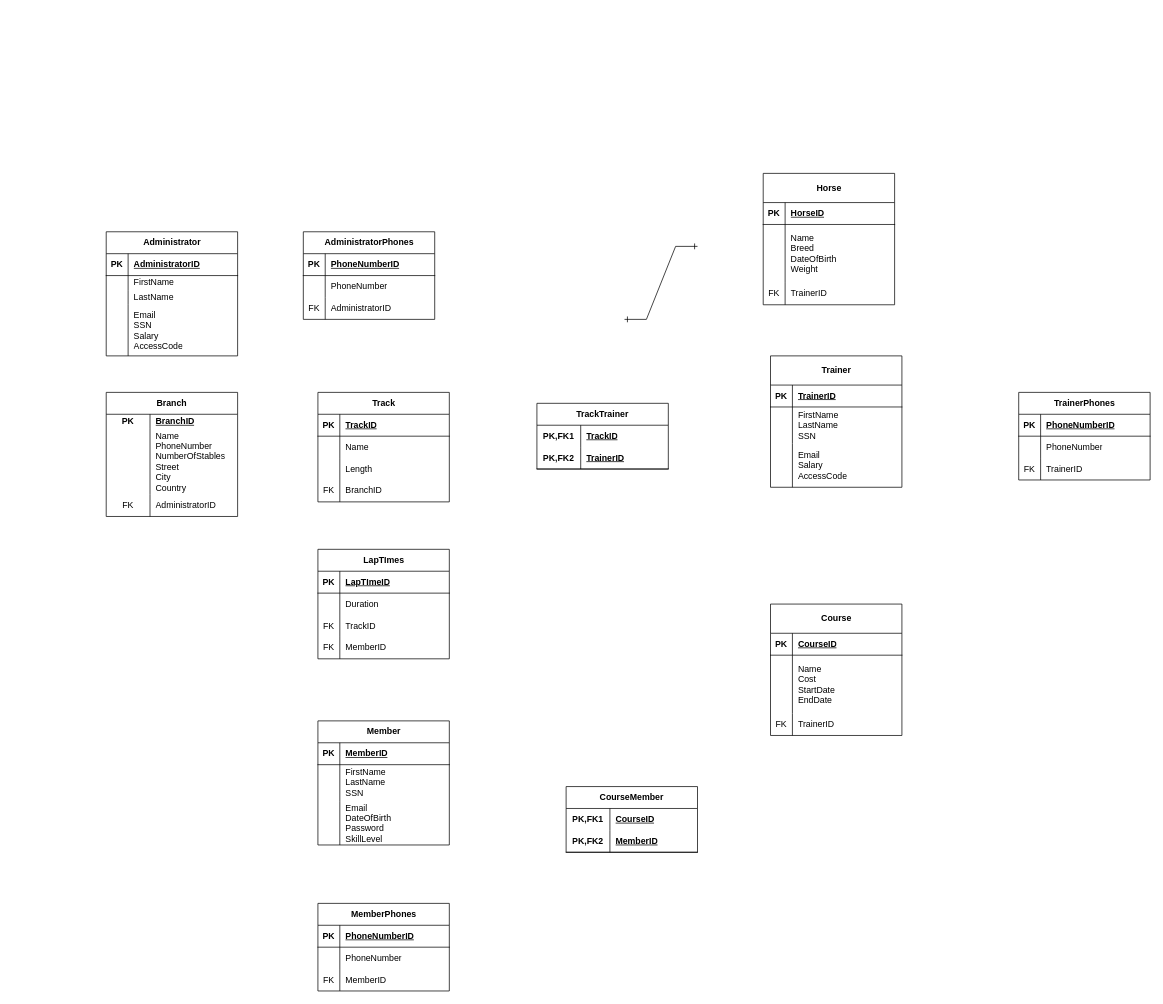
This is page "Page-1" (1 of 2) of Untitled Diagram.drawio from obreinx/JAYA, a draw.io file, before an edit. Source tidied: cells renumbered, new cells numbered last; positions are measured from the earlier drawing's top-left corner, leaving out a move shared by most shapes. Both pictures are drawn from the tidied source at 73%, with x=0, y=0 at pixel (106, 173).
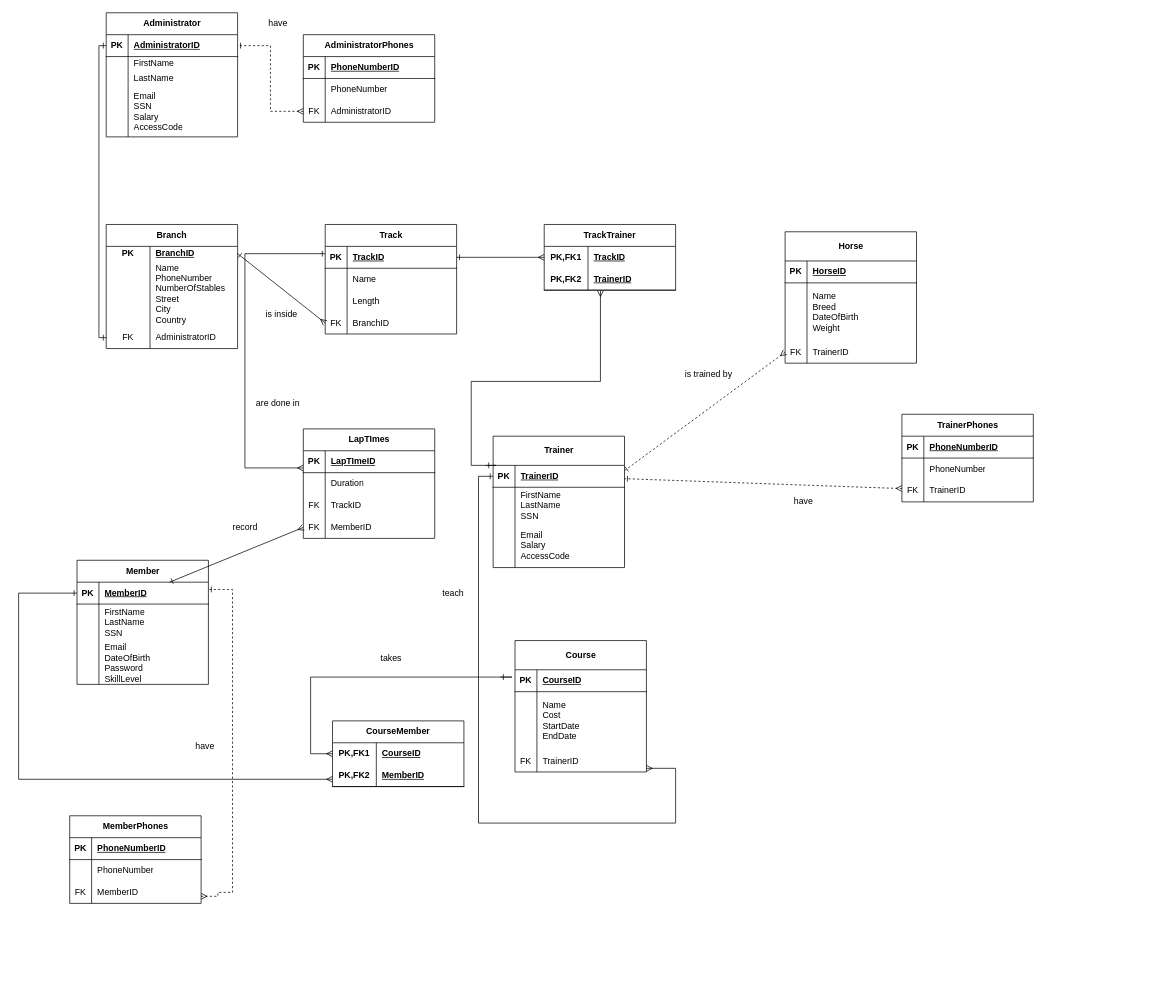
The same page after the edit.

The change refers to these unchanged cells:
```xml
<mxCell id="3" style="shape=tableRow;horizontal=0;startSize=0;swimlaneHead=0;swimlaneBody=0;fillColor=none;points=[[0,0.5],[1,0.5]];portConstraint=eastwest;top=0;left=0;right=0;bottom=0;html=1;" parent="2" vertex="1">
  <mxGeometry y="30" width="180" height="20" as="geometry" />
</mxCell>
<mxCell id="9" style="shape=tableRow;horizontal=0;startSize=0;swimlaneHead=0;swimlaneBody=0;fillColor=none;points=[[0,0.5],[1,0.5]];portConstraint=eastwest;top=0;left=0;right=0;bottom=0;html=1;" parent="2" vertex="1">
  <mxGeometry y="140" width="180" height="30" as="geometry" />
</mxCell>
<mxCell id="13" style="shape=tableRow;horizontal=0;startSize=0;swimlaneHead=0;swimlaneBody=0;fillColor=none;points=[[0,0.5],[1,0.5]];portConstraint=eastwest;top=0;left=0;right=0;bottom=1;" parent="12" vertex="1">
  <mxGeometry y="30" width="180" height="30" as="geometry" />
</mxCell>
<mxCell id="32" style="shape=tableRow;horizontal=0;startSize=0;swimlaneHead=0;swimlaneBody=0;fillColor=none;points=[[0,0.5],[1,0.5]];portConstraint=eastwest;top=0;left=0;right=0;bottom=0;" parent="25" vertex="1">
  <mxGeometry y="90" width="180" height="30" as="geometry" />
</mxCell>
<mxCell id="36" style="shape=tableRow;horizontal=0;startSize=0;swimlaneHead=0;swimlaneBody=0;fillColor=none;points=[[0,0.5],[1,0.5]];portConstraint=eastwest;top=0;left=0;right=0;bottom=1;" parent="35" vertex="1">
  <mxGeometry y="30" width="180" height="30" as="geometry" />
</mxCell>
<mxCell id="45" style="shape=tableRow;horizontal=0;startSize=0;swimlaneHead=0;swimlaneBody=0;fillColor=none;points=[[0,0.5],[1,0.5]];portConstraint=eastwest;top=0;left=0;right=0;bottom=0;" parent="35" vertex="1">
  <mxGeometry y="120" width="180" height="30" as="geometry" />
</mxCell>
<mxCell id="49" style="shape=tableRow;horizontal=0;startSize=0;swimlaneHead=0;swimlaneBody=0;fillColor=none;points=[[0,0.5],[1,0.5]];portConstraint=eastwest;top=0;left=0;right=0;bottom=1;" parent="48" vertex="1">
  <mxGeometry y="40" width="180" height="30" as="geometry" />
</mxCell>
<mxCell id="65" style="shape=tableRow;horizontal=0;startSize=0;swimlaneHead=0;swimlaneBody=0;fillColor=none;points=[[0,0.5],[1,0.5]];portConstraint=eastwest;top=0;left=0;right=0;bottom=0;" parent="58" vertex="1">
  <mxGeometry y="90" width="180" height="30" as="geometry" />
</mxCell>
<mxCell id="69" style="shape=tableRow;horizontal=0;startSize=0;swimlaneHead=0;swimlaneBody=0;fillColor=none;points=[[0,0.5],[1,0.5]];portConstraint=eastwest;top=0;left=0;right=0;bottom=0;html=1;" parent="68" vertex="1">
  <mxGeometry y="30" width="180" height="30" as="geometry" />
</mxCell>
<mxCell id="72" style="shape=tableRow;horizontal=0;startSize=0;swimlaneHead=0;swimlaneBody=0;fillColor=none;points=[[0,0.5],[1,0.5]];portConstraint=eastwest;top=0;left=0;right=0;bottom=1;html=1;" parent="68" vertex="1">
  <mxGeometry y="60" width="180" height="30" as="geometry" />
</mxCell>
<mxCell id="86" style="shape=tableRow;horizontal=0;startSize=0;swimlaneHead=0;swimlaneBody=0;fillColor=none;points=[[0,0.5],[1,0.5]];portConstraint=eastwest;top=0;left=0;right=0;bottom=1;" parent="85" vertex="1">
  <mxGeometry y="30" width="180" height="30" as="geometry" />
</mxCell>
<mxCell id="102" style="shape=tableRow;horizontal=0;startSize=0;swimlaneHead=0;swimlaneBody=0;fillColor=none;points=[[0,0.5],[1,0.5]];portConstraint=eastwest;top=0;left=0;right=0;bottom=0;" parent="95" vertex="1">
  <mxGeometry y="150" width="180" height="30" as="geometry" />
</mxCell>
<mxCell id="132" style="shape=tableRow;horizontal=0;startSize=0;swimlaneHead=0;swimlaneBody=0;fillColor=none;points=[[0,0.5],[1,0.5]];portConstraint=eastwest;top=0;left=0;right=0;bottom=0;" parent="122" vertex="1">
  <mxGeometry y="120" width="180" height="30" as="geometry" />
</mxCell>
```

What changed in the source:
```diff
@@
     <mxCell id="2" value="&lt;font face=&quot;Helvetica&quot;&gt;Branch&lt;/font&gt;" style="shape=table;startSize=30;childLayout=tableLayout;rowLines=0;fontStyle=1;align=center;html=1;whiteSpace=wrap;" parent="1" vertex="1">
-      <mxGeometry y="300" width="180" height="170" as="geometry" />
+      <mxGeometry y="70" width="180" height="170" as="geometry" />
     </mxCell>
@@
     <mxCell id="12" value="Administrator" style="shape=table;startSize=30;childLayout=tableLayout;rowLines=0;fontStyle=1;align=center;html=1;" parent="1" vertex="1">
-      <mxGeometry y="80" width="180" height="170" as="geometry" />
+      <mxGeometry y="-220" width="180" height="170" as="geometry" />
     </mxCell>
@@
     <mxCell id="25" value="AdministratorPhones" style="shape=table;startSize=30;childLayout=tableLayout;rowLines=0;fontStyle=1;align=center;html=1;" parent="1" vertex="1">
-      <mxGeometry x="270" y="80" width="180" height="120" as="geometry" />
+      <mxGeometry x="270" y="-190" width="180" height="120" as="geometry" />
     </mxCell>
@@
     <mxCell id="35" value="Track" style="shape=table;startSize=30;childLayout=tableLayout;rowLines=0;fontStyle=1;align=center;html=1;" parent="1" vertex="1">
-      <mxGeometry x="290" y="300" width="180" height="150" as="geometry" />
+      <mxGeometry x="300" y="70" width="180" height="150" as="geometry" />
     </mxCell>
@@
     <mxCell id="48" value="Trainer" style="shape=table;startSize=40;childLayout=tableLayout;rowLines=0;fontStyle=1;align=center;html=1;" parent="1" vertex="1">
-      <mxGeometry x="910" y="250" width="180" height="180" as="geometry" />
+      <mxGeometry x="530" y="360" width="180" height="180" as="geometry" />
     </mxCell>
@@
     <mxCell id="58" value="TrainerPhones" style="shape=table;startSize=30;childLayout=tableLayout;rowLines=0;fontStyle=1;align=center;html=1;" parent="1" vertex="1">
-      <mxGeometry x="1250" y="300" width="180" height="120" as="geometry" />
+      <mxGeometry x="1090" y="330" width="180" height="120" as="geometry" />
     </mxCell>
@@
     <mxCell id="68" value="TrackTrainer" style="shape=table;startSize=30;childLayout=tableLayout;rowLines=0;fontStyle=1;align=center;html=1;whiteSpace=wrap;" parent="1" vertex="1">
-      <mxGeometry x="590" y="315" width="180" height="90" as="geometry" />
+      <mxGeometry x="600" y="70" width="180" height="90" as="geometry" />
     </mxCell>
@@
     <mxCell id="75" value="MemberPhones" style="shape=table;startSize=30;childLayout=tableLayout;rowLines=0;fontStyle=1;align=center;html=1;" parent="1" vertex="1">
-      <mxGeometry x="290" y="1000" width="180" height="120" as="geometry" />
+      <mxGeometry x="-50" y="880" width="180" height="120" as="geometry" />
     </mxCell>
@@
     <mxCell id="85" value="Member" style="shape=table;startSize=30;childLayout=tableLayout;rowLines=0;fontStyle=1;align=center;html=1;" parent="1" vertex="1">
-      <mxGeometry x="290" y="750" width="180" height="170" as="geometry" />
+      <mxGeometry x="-40" y="530" width="180" height="170" as="geometry" />
     </mxCell>
@@
     <mxCell id="95" value="Horse" style="shape=table;startSize=40;childLayout=tableLayout;rowLines=0;fontStyle=1;align=center;html=1;" parent="1" vertex="1">
-      <mxGeometry x="900" width="180" height="180" as="geometry" />
+      <mxGeometry x="930" y="80" width="180" height="180" as="geometry" />
     </mxCell>
@@
     <mxCell id="105" value="Course" style="shape=table;startSize=40;childLayout=tableLayout;rowLines=0;fontStyle=1;align=center;html=1;" parent="1" vertex="1">
-      <mxGeometry x="910" y="590" width="180" height="180" as="geometry" />
+      <mxGeometry x="560" y="640" width="180" height="180" as="geometry" />
     </mxCell>
@@
     <mxCell id="115" value="CourseMember" style="shape=table;startSize=30;childLayout=tableLayout;rowLines=0;fontStyle=1;align=center;html=1;whiteSpace=wrap;" parent="1" vertex="1">
-      <mxGeometry x="630" y="840" width="180" height="90" as="geometry" />
+      <mxGeometry x="310" y="750" width="180" height="90" as="geometry" />
     </mxCell>
@@
     <mxCell id="122" value="LapTImes" style="shape=table;startSize=30;childLayout=tableLayout;rowLines=0;fontStyle=1;align=center;html=1;" parent="1" vertex="1">
-      <mxGeometry x="290" y="515" width="180" height="150" as="geometry" />
+      <mxGeometry x="270" y="350" width="180" height="150" as="geometry" />
     </mxCell>
@@
-    <mxCell id="135" style="edgeStyle=entityRelationEdgeStyle;fontSize=12;html=1;endArrow=ERone;startArrow=ERone;rounded=0;strokeColor=default;align=center;verticalAlign=middle;fontFamily=Helvetica;fontColor=default;labelBackgroundColor=default;startFill=0;endFill=0;" parent="1" edge="1">
-      <mxGeometry relative="1" as="geometry">
-        <mxPoint x="710" y="200" as="sourcePoint" />
-        <mxPoint x="810" y="100" as="targetPoint" />
-      </mxGeometry>
+    <mxCell id="135" style="fontSize=12;html=1;endArrow=ERone;startArrow=ERone;rounded=0;strokeColor=default;align=center;verticalAlign=middle;fontFamily=Helvetica;fontColor=default;labelBackgroundColor=default;startFill=0;endFill=0;entryX=0;entryY=0.5;entryDx=0;entryDy=0;exitX=0;exitY=0.5;exitDx=0;exitDy=0;edgeStyle=orthogonalEdgeStyle;" parent="1" edge="1" source="9" target="13">
+      <mxGeometry relative="1" as="geometry" />
     </mxCell>
+    <mxCell id="136" style="fontSize=12;html=1;endArrow=ERone;startArrow=ERmany;rounded=0;strokeColor=default;align=center;verticalAlign=middle;fontFamily=Helvetica;fontColor=default;labelBackgroundColor=default;startFill=0;endFill=0;entryX=1;entryY=0.5;entryDx=0;entryDy=0;exitX=0;exitY=0.5;exitDx=0;exitDy=0;edgeStyle=orthogonalEdgeStyle;dashed=1;" parent="1" edge="1" source="32" target="13">
+      <mxGeometry relative="1" as="geometry" />
+    </mxCell>
+    <mxCell id="137" style="fontSize=12;html=1;endArrow=ERone;startArrow=ERmany;rounded=0;strokeColor=default;align=center;verticalAlign=middle;fontFamily=Helvetica;fontColor=default;labelBackgroundColor=default;startFill=0;endFill=0;entryX=1;entryY=0.5;entryDx=0;entryDy=0;exitX=0;exitY=0.5;exitDx=0;exitDy=0;" parent="1" edge="1" source="45" target="3">
+      <mxGeometry relative="1" as="geometry" />
+    </mxCell>
+    <mxCell id="138" style="fontSize=12;html=1;endArrow=ERone;startArrow=ERmany;rounded=0;strokeColor=default;align=center;verticalAlign=middle;fontFamily=Helvetica;fontColor=default;labelBackgroundColor=default;startFill=0;endFill=0;exitX=0;exitY=0.5;exitDx=0;exitDy=0;entryX=1;entryY=0.5;entryDx=0;entryDy=0;" parent="1" edge="1" source="69" target="36">
+      <mxGeometry relative="1" as="geometry" />
+    </mxCell>
+    <mxCell id="139" style="fontSize=12;html=1;endArrow=ERone;startArrow=ERmany;rounded=0;strokeColor=default;align=center;verticalAlign=middle;fontFamily=Helvetica;fontColor=default;labelBackgroundColor=default;startFill=0;endFill=0;exitX=0.428;exitY=1.022;exitDx=0;exitDy=0;exitPerimeter=0;edgeStyle=orthogonalEdgeStyle;" parent="1" edge="1" source="72">
+      <mxGeometry relative="1" as="geometry">
+        <mxPoint x="520" y="400" as="targetPoint" />
+        <Array as="points">
+          <mxPoint x="677" y="285" />
+          <mxPoint x="500" y="285" />
+          <mxPoint x="500" y="400" />
+          <mxPoint x="534" y="400" />
+        </Array>
+      </mxGeometry>
+    </mxCell>
+    <mxCell id="140" style="fontSize=12;html=1;endArrow=ERone;startArrow=ERmany;rounded=0;strokeColor=default;align=center;verticalAlign=middle;fontFamily=Helvetica;fontColor=default;labelBackgroundColor=default;startFill=0;endFill=0;dashed=1;" parent="1" edge="1" source="65" target="49">
+      <mxGeometry relative="1" as="geometry" />
+    </mxCell>
+    <mxCell id="141" style="fontSize=12;html=1;endArrow=ERone;startArrow=ERmany;rounded=0;strokeColor=default;align=center;verticalAlign=middle;fontFamily=Helvetica;fontColor=default;labelBackgroundColor=default;startFill=0;endFill=0;edgeStyle=orthogonalEdgeStyle;" parent="1" edge="1" target="49">
+      <mxGeometry relative="1" as="geometry">
+        <mxPoint x="740" y="815" as="sourcePoint" />
+        <Array as="points">
+          <mxPoint x="780" y="815" />
+          <mxPoint x="780" y="890" />
+          <mxPoint x="510" y="890" />
+          <mxPoint x="510" y="415" />
+        </Array>
+      </mxGeometry>
+    </mxCell>
+    <mxCell id="142" style="fontSize=12;html=1;endArrow=ERone;startArrow=ERmany;rounded=0;strokeColor=default;align=center;verticalAlign=middle;fontFamily=Helvetica;fontColor=default;labelBackgroundColor=default;startFill=0;endFill=0;exitX=0;exitY=0.5;exitDx=0;exitDy=0;entryX=0.999;entryY=0.247;entryDx=0;entryDy=0;entryPerimeter=0;dashed=1;" parent="1" edge="1" source="102" target="49">
+      <mxGeometry relative="1" as="geometry" />
+    </mxCell>
+    <mxCell id="143" style="fontSize=12;html=1;endArrow=ERone;startArrow=ERmany;rounded=0;strokeColor=default;align=center;verticalAlign=middle;fontFamily=Helvetica;fontColor=default;labelBackgroundColor=default;startFill=0;endFill=0;edgeStyle=orthogonalEdgeStyle;" parent="1" edge="1">
+      <mxGeometry relative="1" as="geometry">
+        <mxPoint x="310" y="795" as="sourcePoint" />
+        <mxPoint x="540" y="690" as="targetPoint" />
+        <Array as="points">
+          <mxPoint x="280" y="795" />
+          <mxPoint x="280" y="690" />
+          <mxPoint x="556" y="690" />
+        </Array>
+      </mxGeometry>
+    </mxCell>
+    <mxCell id="144" style="fontSize=12;html=1;endArrow=ERone;startArrow=ERmany;rounded=0;strokeColor=default;align=center;verticalAlign=middle;fontFamily=Helvetica;fontColor=default;labelBackgroundColor=default;startFill=0;endFill=0;edgeStyle=orthogonalEdgeStyle;entryX=0;entryY=0.5;entryDx=0;entryDy=0;" parent="1" edge="1" target="86">
+      <mxGeometry relative="1" as="geometry">
+        <mxPoint x="310" y="830" as="sourcePoint" />
+        <Array as="points">
+          <mxPoint x="-120" y="830" />
+          <mxPoint x="-120" y="575" />
+        </Array>
+      </mxGeometry>
+    </mxCell>
+    <mxCell id="145" style="fontSize=12;html=1;endArrow=ERone;startArrow=ERmany;rounded=0;strokeColor=default;align=center;verticalAlign=middle;fontFamily=Helvetica;fontColor=default;labelBackgroundColor=default;startFill=0;endFill=0;edgeStyle=orthogonalEdgeStyle;exitX=1.037;exitY=1.011;exitDx=0;exitDy=0;exitPerimeter=0;dashed=1;" parent="1" edge="1" target="86">
+      <mxGeometry relative="1" as="geometry">
+        <mxPoint x="130" y="990.3" as="sourcePoint" />
+        <Array as="points">
+          <mxPoint x="153" y="990" />
+          <mxPoint x="153" y="985" />
+          <mxPoint x="173" y="985" />
+          <mxPoint x="173" y="570" />
+        </Array>
+      </mxGeometry>
+    </mxCell>
+    <mxCell id="146" style="fontSize=12;html=1;endArrow=ERone;startArrow=ERmany;rounded=0;strokeColor=default;align=center;verticalAlign=middle;fontFamily=Helvetica;fontColor=default;labelBackgroundColor=default;startFill=0;endFill=0;exitX=0;exitY=0.5;exitDx=0;exitDy=0;" parent="1" edge="1" source="132" target="86">
+      <mxGeometry relative="1" as="geometry" />
+    </mxCell>
+    <mxCell id="147" style="fontSize=12;html=1;endArrow=ERone;startArrow=ERmany;rounded=0;strokeColor=default;align=center;verticalAlign=middle;fontFamily=Helvetica;fontColor=default;labelBackgroundColor=default;startFill=0;endFill=0;edgeStyle=orthogonalEdgeStyle;" parent="1" edge="1">
+      <mxGeometry relative="1" as="geometry">
+        <mxPoint x="270" y="403.5" as="sourcePoint" />
+        <mxPoint x="300" y="110" as="targetPoint" />
+        <Array as="points">
+          <mxPoint x="190" y="403.5" />
+          <mxPoint x="190" y="110.5" />
+        </Array>
+      </mxGeometry>
+    </mxCell>
+    <mxCell id="148" value="have" style="text;html=1;align=center;verticalAlign=middle;strokeColor=none;fillColor=none;fontFamily=Helvetica;fontSize=12;fontColor=default;labelBackgroundColor=default;" parent="1" vertex="1">
+      <mxGeometry x="210" y="-220" width="50" height="30" as="geometry" />
+    </mxCell>
+    <mxCell id="149" value="is inside" style="text;html=1;align=center;verticalAlign=middle;strokeColor=none;fillColor=none;fontFamily=Helvetica;fontSize=12;fontColor=default;labelBackgroundColor=default;" parent="1" vertex="1">
+      <mxGeometry x="205" y="178" width="70" height="30" as="geometry" />
+    </mxCell>
+    <mxCell id="150" value="is trained by" style="text;html=1;align=center;verticalAlign=middle;strokeColor=none;fillColor=none;fontFamily=Helvetica;fontSize=12;fontColor=default;labelBackgroundColor=default;" parent="1" vertex="1">
+      <mxGeometry x="780" y="260" width="90" height="30" as="geometry" />
+    </mxCell>
+    <mxCell id="151" value="have" style="text;html=1;align=center;verticalAlign=middle;strokeColor=none;fillColor=none;fontFamily=Helvetica;fontSize=12;fontColor=default;labelBackgroundColor=default;" parent="1" vertex="1">
+      <mxGeometry x="930" y="435" width="50" height="30" as="geometry" />
+    </mxCell>
+    <mxCell id="152" value="have" style="text;html=1;align=center;verticalAlign=middle;strokeColor=none;fillColor=none;fontFamily=Helvetica;fontSize=12;fontColor=default;labelBackgroundColor=default;" parent="1" vertex="1">
+      <mxGeometry x="110" y="770" width="50" height="30" as="geometry" />
+    </mxCell>
+    <mxCell id="153" value="teach" style="text;html=1;align=center;verticalAlign=middle;strokeColor=none;fillColor=none;fontFamily=Helvetica;fontSize=12;fontColor=default;labelBackgroundColor=default;" parent="1" vertex="1">
+      <mxGeometry x="450" y="560" width="50" height="30" as="geometry" />
+    </mxCell>
+    <mxCell id="154" value="takes" style="text;html=1;align=center;verticalAlign=middle;strokeColor=none;fillColor=none;fontFamily=Helvetica;fontSize=12;fontColor=default;labelBackgroundColor=default;" parent="1" vertex="1">
+      <mxGeometry x="365" y="650" width="50" height="30" as="geometry" />
+    </mxCell>
+    <mxCell id="155" value="record" style="text;html=1;align=center;verticalAlign=middle;strokeColor=none;fillColor=none;fontFamily=Helvetica;fontSize=12;fontColor=default;labelBackgroundColor=default;" parent="1" vertex="1">
+      <mxGeometry x="160" y="470" width="60" height="30" as="geometry" />
+    </mxCell>
+    <mxCell id="156" value="are done in " style="text;html=1;align=center;verticalAlign=middle;strokeColor=none;fillColor=none;fontFamily=Helvetica;fontSize=12;fontColor=default;labelBackgroundColor=default;" parent="1" vertex="1">
+      <mxGeometry x="195" y="300" width="80" height="30" as="geometry" />
+    </mxCell>
```
